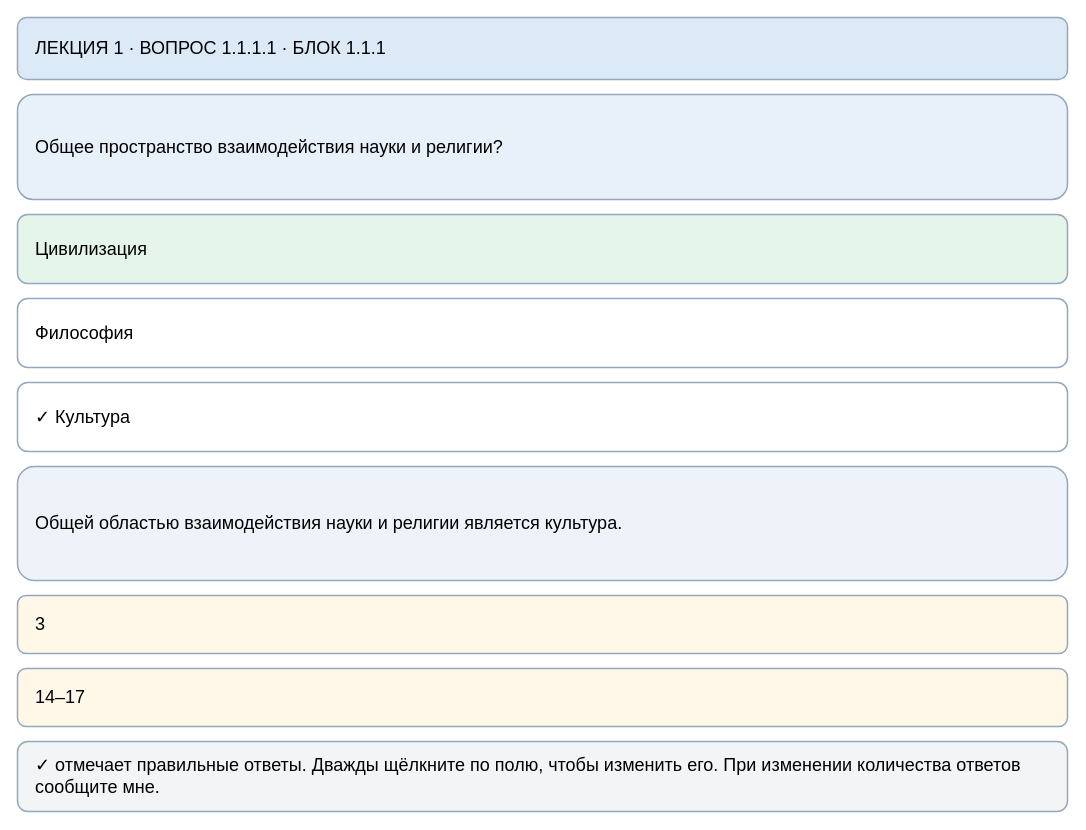
This is page "1.1.1.1" (1 of 36) of maps/lecture-01-test-editor.drawio from slobodatablichka/apologetika-test, a draw.io file, before an edit. Source tidied: cells renumbered, new cells numbered last; positions are measured from the earlier drawing's top-left corner, leaving out a move shared by most shapes. Both pictures are drawn from the tidied source at 100%, with x=0, y=0 at pixel (17, 17).
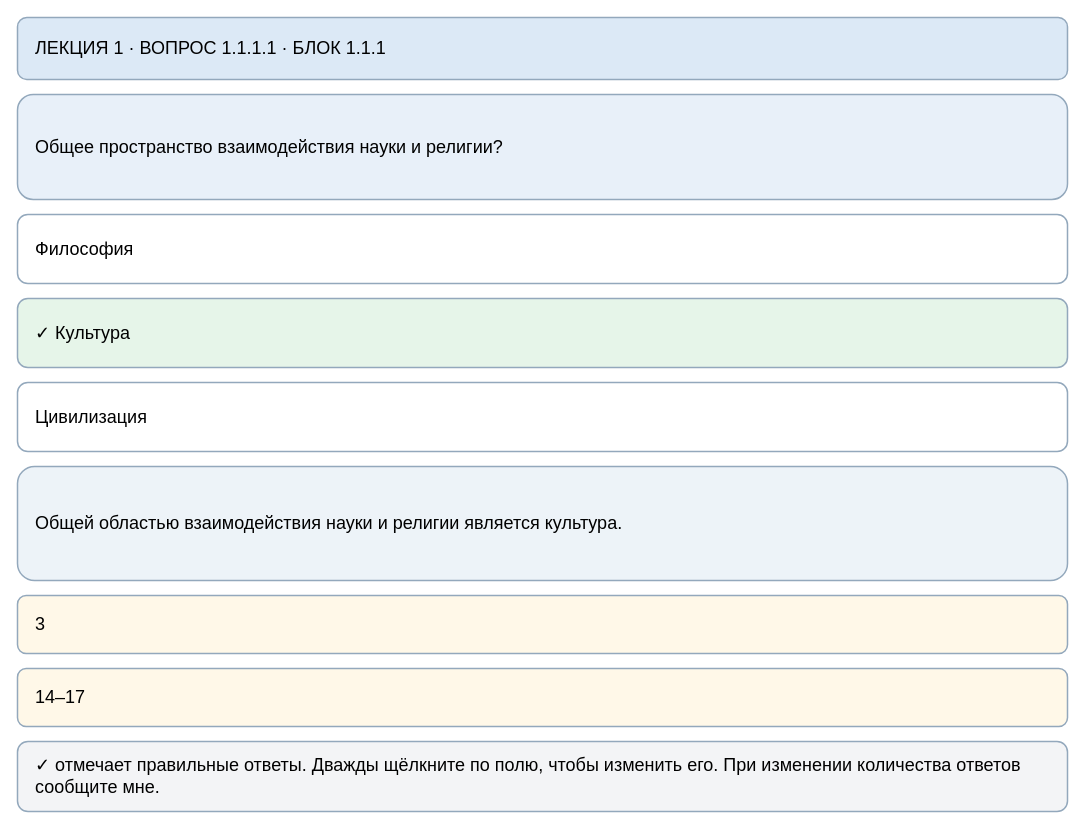
The same diagram, later.

Diff of the diagram source:
```diff
@@
 <mxGraphModel>
   <root>
     <mxCell id="0" />
     <mxCell id="1" parent="0" />
     <mxCell id="2" value="ЛЕКЦИЯ 1 · ВОПРОС 1.1.1.1 · БЛОК 1.1.1" style="rounded=1;whiteSpace=wrap;html=1;align=left;verticalAlign=middle;spacingLeft=16;spacingRight=16;fontSize=18;fillColor=#dce9f6;strokeColor=#93a8bc;strokeWidth=1.5;" parent="1" vertex="1">
       <mxGeometry width="1050" height="62" as="geometry" />
     </mxCell>
     <mxCell id="3" value="Общее пространство взаимодействия науки и религии?" style="rounded=1;whiteSpace=wrap;html=1;align=left;verticalAlign=middle;spacingLeft=16;spacingRight=16;fontSize=18;fillColor=#e8f0f9;strokeColor=#93a8bc;strokeWidth=1.5;" parent="1" vertex="1">
       <mxGeometry y="77" width="1050" height="105" as="geometry" />
     </mxCell>
-    <mxCell id="4" value="Цивилизация" style="rounded=1;whiteSpace=wrap;html=1;align=left;verticalAlign=middle;spacingLeft=16;spacingRight=16;fontSize=18;fillColor=#e6f5e9;strokeColor=#93a8bc;strokeWidth=1.5;" parent="1" vertex="1">
+    <mxCell id="4" value="Философия" style="rounded=1;whiteSpace=wrap;html=1;align=left;verticalAlign=middle;spacingLeft=16;spacingRight=16;fontSize=18;fillColor=#ffffff;strokeColor=#93a8bc;strokeWidth=1.5;" parent="1" vertex="1">
       <mxGeometry y="197" width="1050" height="69" as="geometry" />
     </mxCell>
-    <mxCell id="5" value="Философия" style="rounded=1;whiteSpace=wrap;html=1;align=left;verticalAlign=middle;spacingLeft=16;spacingRight=16;fontSize=18;fillColor=#ffffff;strokeColor=#93a8bc;strokeWidth=1.5;" parent="1" vertex="1">
+    <mxCell id="5" value="✓ Культура" style="rounded=1;whiteSpace=wrap;html=1;align=left;verticalAlign=middle;spacingLeft=16;spacingRight=16;fontSize=18;fillColor=#e6f5e9;strokeColor=#93a8bc;strokeWidth=1.5;" parent="1" vertex="1">
       <mxGeometry y="281" width="1050" height="69" as="geometry" />
     </mxCell>
-    <mxCell id="6" value="✓ Культура" style="rounded=1;whiteSpace=wrap;html=1;align=left;verticalAlign=middle;spacingLeft=16;spacingRight=16;fontSize=18;fillColor=#ffffff;strokeColor=#93a8bc;strokeWidth=1.5;" parent="1" vertex="1">
+    <mxCell id="6" value="Цивилизация" style="rounded=1;whiteSpace=wrap;html=1;align=left;verticalAlign=middle;spacingLeft=16;spacingRight=16;fontSize=18;fillColor=#ffffff;strokeColor=#93a8bc;strokeWidth=1.5;" parent="1" vertex="1">
       <mxGeometry y="365" width="1050" height="69" as="geometry" />
     </mxCell>
     <mxCell id="7" value="Общей областью взаимодействия науки и религии является культура." style="rounded=1;whiteSpace=wrap;html=1;align=left;verticalAlign=middle;spacingLeft=16;spacingRight=16;fontSize=18;fillColor=#edf3f8;strokeColor=#93a8bc;strokeWidth=1.5;" parent="1" vertex="1">
       <mxGeometry y="449" width="1050" height="114" as="geometry" />
     </mxCell>
     <mxCell id="8" value="3" style="rounded=1;whiteSpace=wrap;html=1;align=left;verticalAlign=middle;spacingLeft=16;spacingRight=16;fontSize=18;fillColor=#fff8e8;strokeColor=#93a8bc;strokeWidth=1.5;" parent="1" vertex="1">
       <mxGeometry y="578" width="1050" height="58" as="geometry" />
     </mxCell>
     <mxCell id="9" value="14–17" style="rounded=1;whiteSpace=wrap;html=1;align=left;verticalAlign=middle;spacingLeft=16;spacingRight=16;fontSize=18;fillColor=#fff8e8;strokeColor=#93a8bc;strokeWidth=1.5;" parent="1" vertex="1">
       <mxGeometry y="651" width="1050" height="58" as="geometry" />
     </mxCell>
     <mxCell id="10" value="✓ отмечает правильные ответы. Дважды щёлкните по полю, чтобы изменить его. При изменении количества ответов сообщите мне." style="rounded=1;whiteSpace=wrap;html=1;align=left;verticalAlign=middle;spacingLeft=16;spacingRight=16;fontSize=18;fillColor=#f3f4f6;strokeColor=#93a8bc;strokeWidth=1.5;" parent="1" vertex="1">
       <mxGeometry y="724" width="1050" height="70" as="geometry" />
     </mxCell>
   </root>
 </mxGraphModel>
```
